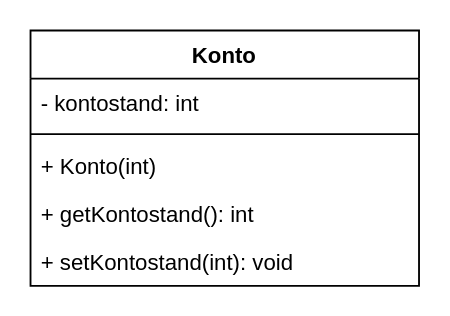
Before: page "Konto" (1 of 2) of konto.drawio in Jonsy86/02c_CodeLab_I, a draw.io diagram. Source tidied: cells renumbered, new cells numbered last; positions are measured from the earlier drawing's top-left corner, leaving out a move shared by most shapes. Both pictures are drawn from the tidied source at 185%, with x=0, y=0 at pixel (30, 30).
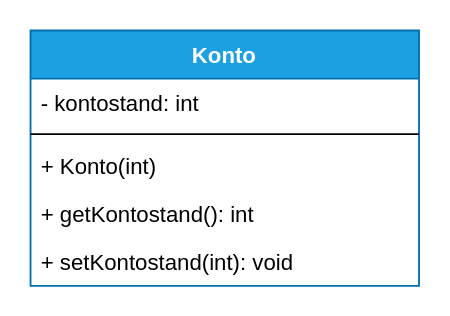
After the change.

The edit, as a diff of the source:
```diff
@@
 <mxGraphModel>
   <root>
     <mxCell id="0" />
     <mxCell id="1" parent="0" />
-    <mxCell id="2" value="Konto" style="swimlane;fontStyle=1;align=center;verticalAlign=top;horizontal=1;startSize=26;" parent="1" vertex="1">
+    <mxCell id="2" value="Konto" style="swimlane;fontStyle=1;align=center;verticalAlign=top;horizontal=1;startSize=26;fillColor=#1ba1e2;fontColor=#ffffff;strokeColor=#006EAF;" parent="1" vertex="1">
       <mxGeometry width="210" height="138" as="geometry" />
     </mxCell>
     <mxCell id="3" value="- kontostand: int" style="text;strokeColor=none;fillColor=none;align=left;verticalAlign=top;spacingLeft=4;spacingRight=4;overflow=hidden;" parent="2" vertex="1">
       <mxGeometry y="26" width="210" height="26" as="geometry" />
     </mxCell>
     <mxCell id="4" style="line;strokeWidth=1;fillColor=none;align=left;verticalAlign=middle;spacingTop=-1;spacingLeft=3;spacingRight=3;labelPosition=right;" parent="2" vertex="1">
       <mxGeometry y="52" width="210" height="8" as="geometry" />
     </mxCell>
     <mxCell id="5" value="+ Konto(int)" style="text;strokeColor=none;fillColor=none;align=left;verticalAlign=top;spacingLeft=4;spacingRight=4;overflow=hidden;" parent="2" vertex="1">
       <mxGeometry y="60" width="210" height="26" as="geometry" />
     </mxCell>
     <mxCell id="6" value="+ getKontostand(): int" style="text;strokeColor=none;fillColor=none;align=left;verticalAlign=top;spacingLeft=4;spacingRight=4;overflow=hidden;" parent="2" vertex="1">
       <mxGeometry y="86" width="210" height="26" as="geometry" />
     </mxCell>
     <mxCell id="7" value="+ setKontostand(int): void" style="text;strokeColor=none;fillColor=none;align=left;verticalAlign=top;spacingLeft=4;spacingRight=4;overflow=hidden;" parent="2" vertex="1">
       <mxGeometry y="112" width="210" height="26" as="geometry" />
     </mxCell>
   </root>
 </mxGraphModel>
```
